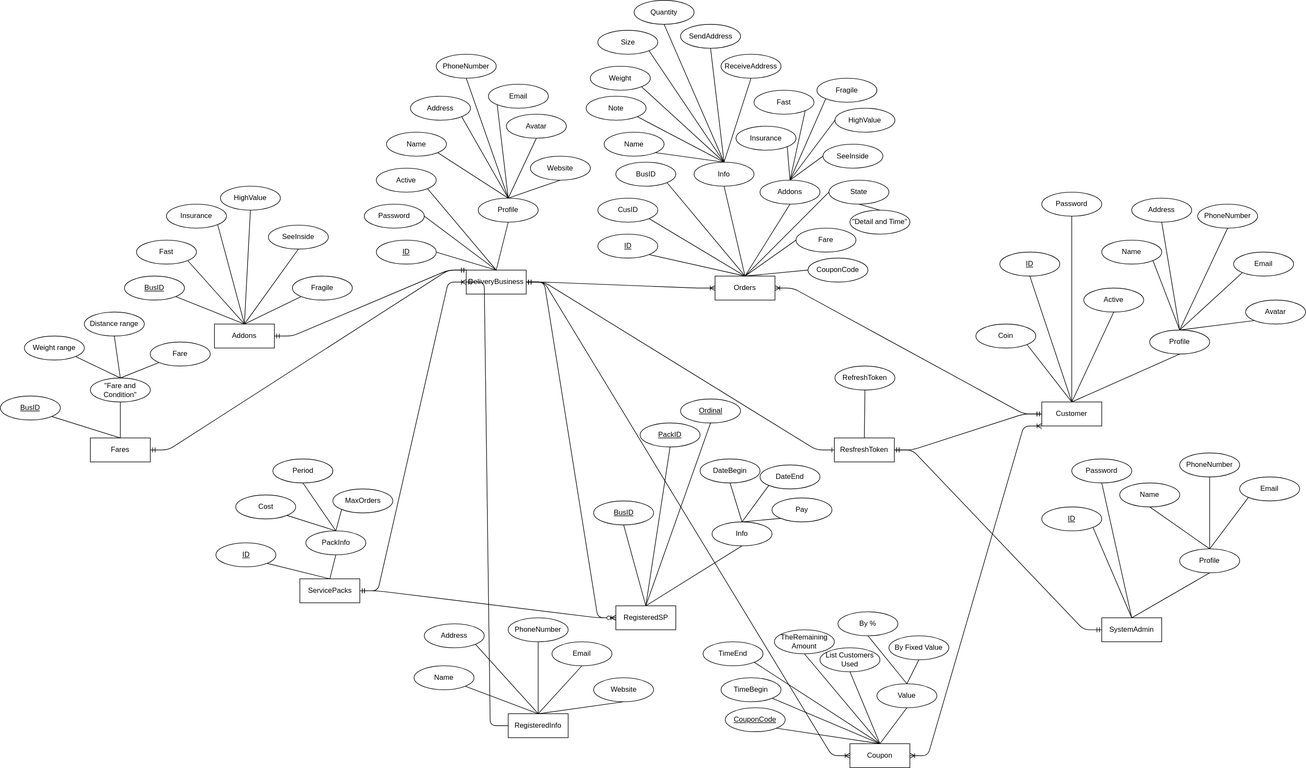
Before: ERD.svg, a diagram exported from draw.io (dinhphu28/tmp). Source tidied: cells renumbered, new cells last; positions are measured from the earlier drawing's top-left corner, leaving out a move shared by most shapes.
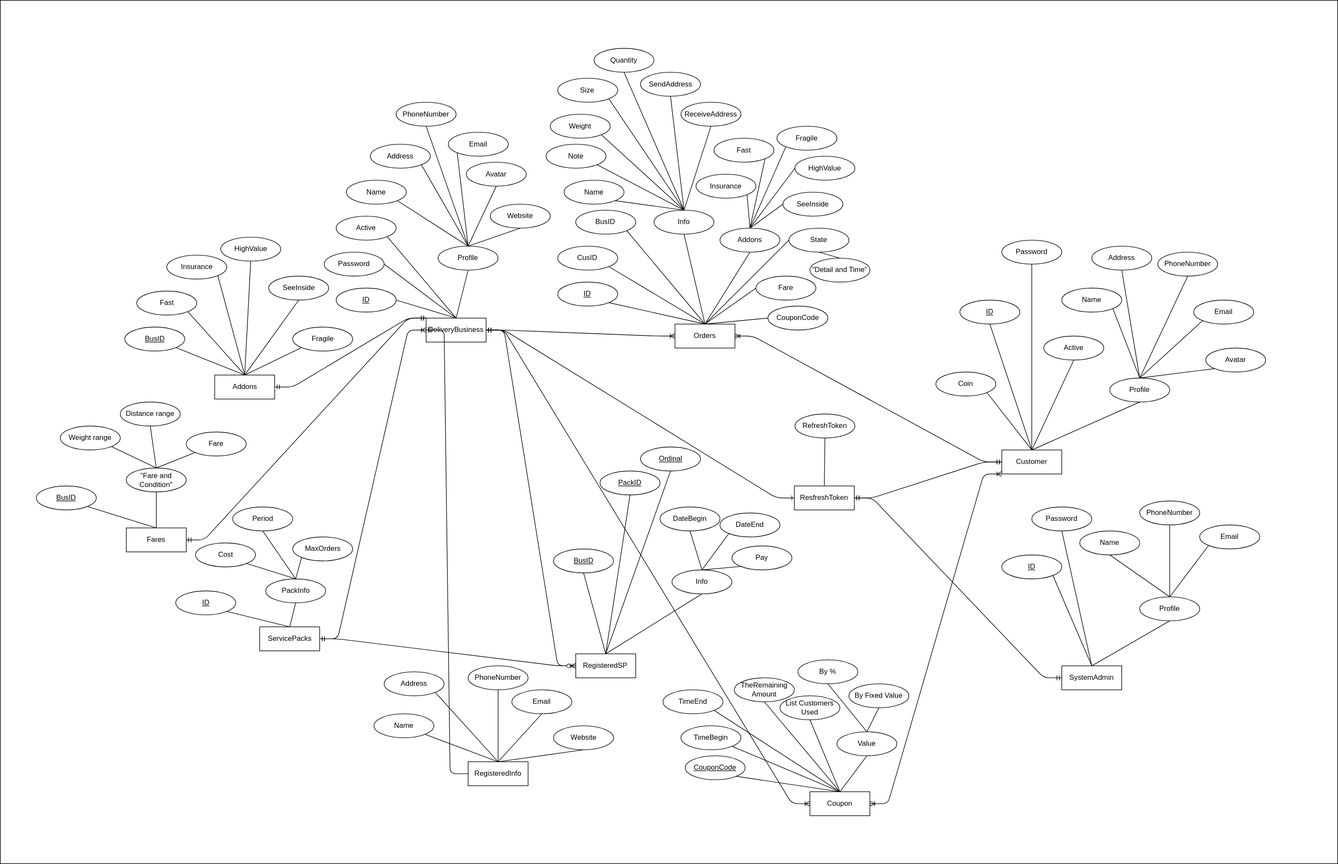
After the change.

The edit, as a diff of the source:
```diff
@@ -2,6 +2,9 @@
   <root>
     <mxCell id="0" />
     <mxCell id="1" parent="0" />
+    <mxCell id="194" style="rounded=0;whiteSpace=wrap;html=1;" parent="1" vertex="1">
+      <mxGeometry x="67" y="-80" width="2230" height="1440" as="geometry" />
+    </mxCell>
     <mxCell id="2" value="SystemAdmin" style="whiteSpace=wrap;html=1;align=center;" parent="1" vertex="1">
       <mxGeometry x="1837" y="1030" width="100" height="40" as="geometry" />
     </mxCell>
@@ -432,19 +435,19 @@
       <mxGeometry relative="1" as="geometry" />
     </mxCell>
     <mxCell id="145" value="Fares" style="whiteSpace=wrap;html=1;align=center;" parent="1" vertex="1">
-      <mxGeometry x="150" y="730" width="100" height="40" as="geometry" />
+      <mxGeometry x="277" y="800" width="100" height="40" as="geometry" />
     </mxCell>
     <mxCell id="146" value="Addons" style="whiteSpace=wrap;html=1;align=center;" parent="1" vertex="1">
-      <mxGeometry x="357" y="540" width="100" height="40" as="geometry" />
+      <mxGeometry x="424.5" y="545" width="100" height="40" as="geometry" />
     </mxCell>
     <mxCell id="147" value="Coupon" style="whiteSpace=wrap;html=1;align=center;" parent="1" vertex="1">
       <mxGeometry x="1417" y="1240" width="100" height="40" as="geometry" />
     </mxCell>
     <mxCell id="148" value="&quot;Fare and Condition&quot;" style="ellipse;whiteSpace=wrap;html=1;align=center;" parent="1" vertex="1">
-      <mxGeometry x="150" y="630" width="100" height="40" as="geometry" />
+      <mxGeometry x="277" y="700" width="100" height="40" as="geometry" />
     </mxCell>
     <mxCell id="149" value="BusID" style="ellipse;whiteSpace=wrap;html=1;align=center;fontStyle=4;" parent="1" vertex="1">
-      <mxGeometry y="660" width="100" height="40" as="geometry" />
+      <mxGeometry x="127" y="730" width="100" height="40" as="geometry" />
     </mxCell>
     <mxCell id="150" style="endArrow=none;html=1;rounded=0;entryX=0.5;entryY=0;entryDx=0;entryDy=0;exitX=1;exitY=1;exitDx=0;exitDy=0;" parent="1" edge="1" source="149" target="145">
       <mxGeometry relative="1" as="geometry" />
@@ -459,19 +462,19 @@
       <mxGeometry relative="1" as="geometry" />
     </mxCell>
     <mxCell id="154" value="Insurance" style="ellipse;whiteSpace=wrap;html=1;align=center;" parent="1" vertex="1">
-      <mxGeometry x="277" y="340" width="100" height="40" as="geometry" />
+      <mxGeometry x="344.5" y="345" width="100" height="40" as="geometry" />
     </mxCell>
     <mxCell id="155" value="HighValue" style="ellipse;whiteSpace=wrap;html=1;align=center;" parent="1" vertex="1">
-      <mxGeometry x="367" y="310" width="100" height="40" as="geometry" />
+      <mxGeometry x="434.5" y="315" width="100" height="40" as="geometry" />
     </mxCell>
     <mxCell id="156" value="Fragile" style="ellipse;whiteSpace=wrap;html=1;align=center;" parent="1" vertex="1">
-      <mxGeometry x="487" y="460" width="100" height="40" as="geometry" />
+      <mxGeometry x="554.5" y="465" width="100" height="40" as="geometry" />
     </mxCell>
     <mxCell id="157" value="Fast" style="ellipse;whiteSpace=wrap;html=1;align=center;" parent="1" vertex="1">
-      <mxGeometry x="227" y="400" width="100" height="40" as="geometry" />
+      <mxGeometry x="294.5" y="405" width="100" height="40" as="geometry" />
     </mxCell>
     <mxCell id="158" value="SeeInside" style="ellipse;whiteSpace=wrap;html=1;align=center;" parent="1" vertex="1">
-      <mxGeometry x="447" y="375" width="100" height="40" as="geometry" />
+      <mxGeometry x="514.5" y="380" width="100" height="40" as="geometry" />
     </mxCell>
     <mxCell id="159" style="endArrow=none;html=1;rounded=0;entryX=0.5;entryY=0;entryDx=0;entryDy=0;exitX=1;exitY=1;exitDx=0;exitDy=0;" parent="1" edge="1" source="154" target="146">
       <mxGeometry relative="1" as="geometry" />
@@ -531,19 +534,19 @@
       <mxGeometry relative="1" as="geometry" />
     </mxCell>
     <mxCell id="178" value="BusID" style="ellipse;whiteSpace=wrap;html=1;align=center;fontStyle=4;" parent="1" vertex="1">
-      <mxGeometry x="207" y="460" width="100" height="40" as="geometry" />
+      <mxGeometry x="274.5" y="465" width="100" height="40" as="geometry" />
     </mxCell>
     <mxCell id="179" style="endArrow=none;html=1;rounded=0;exitX=1;exitY=1;exitDx=0;exitDy=0;entryX=0.5;entryY=0;entryDx=0;entryDy=0;" parent="1" edge="1" source="178" target="146">
       <mxGeometry relative="1" as="geometry" />
     </mxCell>
     <mxCell id="180" value="Weight range" style="ellipse;whiteSpace=wrap;html=1;align=center;" parent="1" vertex="1">
-      <mxGeometry x="40" y="560" width="100" height="40" as="geometry" />
+      <mxGeometry x="167" y="630" width="100" height="40" as="geometry" />
     </mxCell>
     <mxCell id="181" value="Distance range" style="ellipse;whiteSpace=wrap;html=1;align=center;" parent="1" vertex="1">
-      <mxGeometry x="140" y="520" width="100" height="40" as="geometry" />
+      <mxGeometry x="267" y="590" width="100" height="40" as="geometry" />
     </mxCell>
     <mxCell id="182" value="Fare" style="ellipse;whiteSpace=wrap;html=1;align=center;" parent="1" vertex="1">
-      <mxGeometry x="250" y="570" width="100" height="40" as="geometry" />
+      <mxGeometry x="377" y="640" width="100" height="40" as="geometry" />
     </mxCell>
     <mxCell id="183" style="endArrow=none;html=1;rounded=0;exitX=1;exitY=1;exitDx=0;exitDy=0;entryX=0.5;entryY=0;entryDx=0;entryDy=0;" parent="1" edge="1" source="180" target="148">
       <mxGeometry relative="1" as="geometry" />
```
